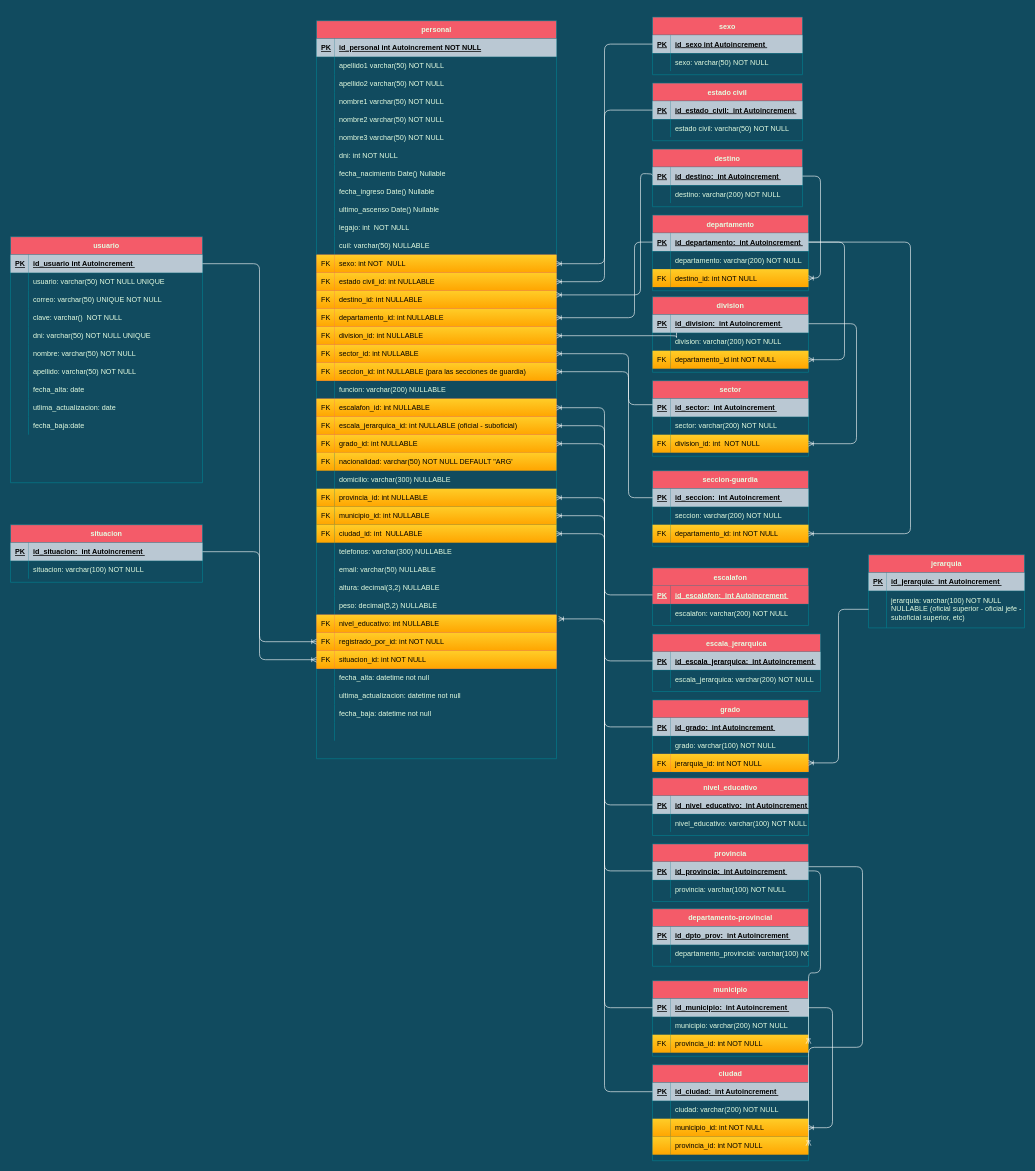
This is Cuerpo Penitenciario.drawio from FSALVA157/EsquemasER, a draw.io file, before an edit. Source tidied: cells renumbered, new cells numbered last; positions are measured from the earlier drawing's top-left corner, leaving out a move shared by most shapes. Both pictures are drawn from the tidied source at 60%, with x=0, y=0 at pixel (10, 17).
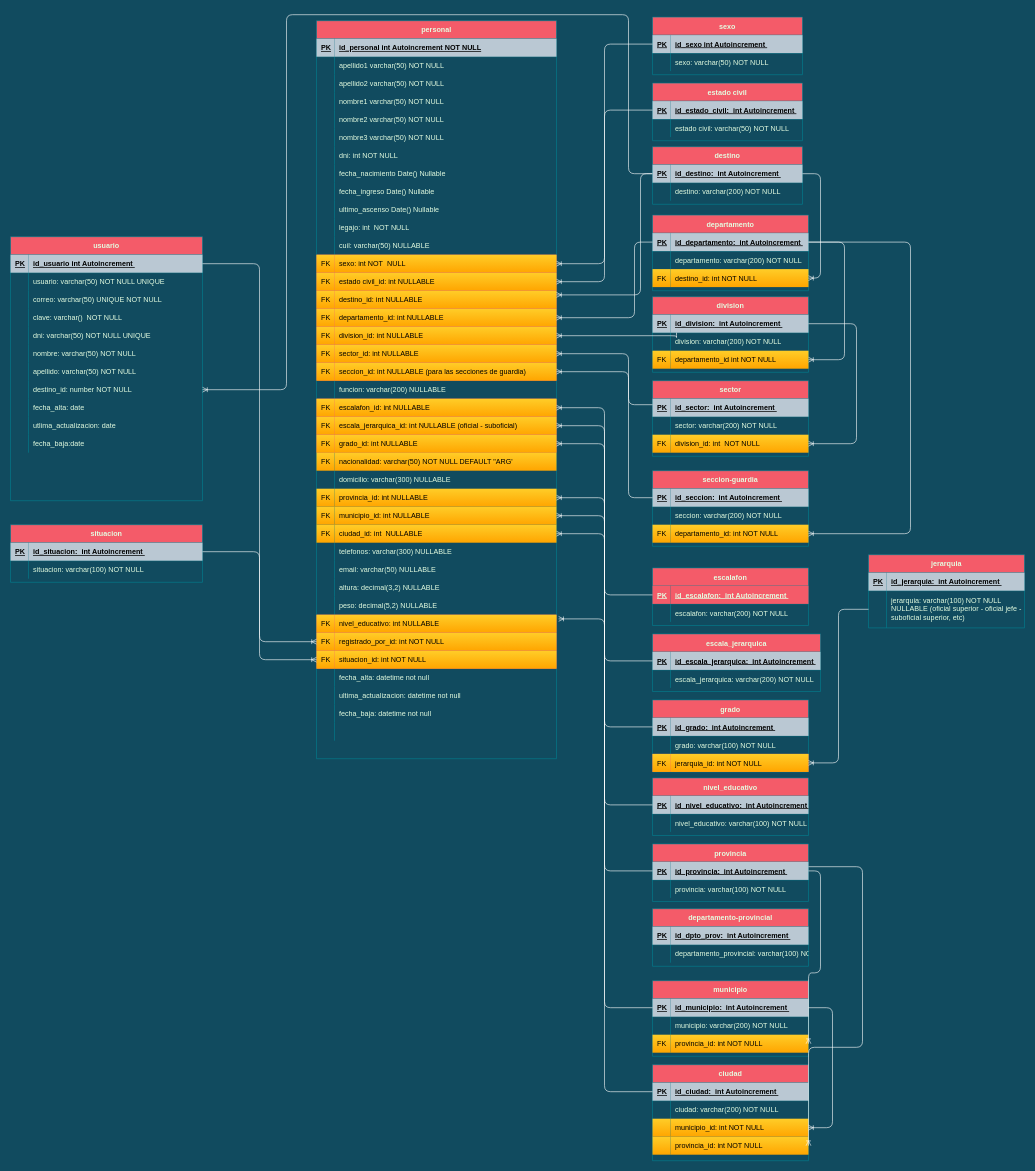
The same page after the edit.

The change refers to these unchanged cells:
```xml
<mxCell id="136" style="shape=partialRectangle;fillColor=none;points=[[0,0.5],[1,0.5]];portConstraint=eastwest;top=0;left=0;right=0;bottom=1;strokeColor=#028090;fontColor=#E4FDE1;" parent="135" vertex="1">
  <mxGeometry y="30" width="250" height="30" as="geometry" />
</mxCell>
```

Diff of the diagram source:
```diff
@@
     <mxCell id="135" value="destino" style="shape=table;startSize=30;childLayout=tableLayout;rowLines=0;fontStyle=1;align=center;fillColor=#F45B69;strokeColor=#028090;fontColor=#E4FDE1;" parent="1" vertex="1">
-      <mxGeometry x="1070" y="220" width="250" height="96" as="geometry" />
+      <mxGeometry x="1070" y="216" width="250" height="96" as="geometry" />
     </mxCell>
@@
     <mxCell id="231" value="usuario" style="shape=table;startSize=30;childLayout=tableLayout;rowLines=0;fontStyle=1;align=center;fillColor=#F45B69;strokeColor=#028090;fontColor=#E4FDE1;" parent="1" vertex="1">
-      <mxGeometry y="366" width="320" height="410" as="geometry" />
+      <mxGeometry y="366" width="320" height="440" as="geometry" />
     </mxCell>
@@
+    <mxCell id="318" style="shape=partialRectangle;fillColor=none;points=[[0,0.5],[1,0.5]];portConstraint=eastwest;top=0;left=0;right=0;bottom=0;strokeColor=#028090;fontColor=#E4FDE1;" parent="231" vertex="1">
+      <mxGeometry y="240" width="320" height="30" as="geometry" />
+    </mxCell>
+    <mxCell id="319" style="shape=partialRectangle;overflow=hidden;fillColor=none;top=0;left=0;bottom=0;right=0;strokeColor=#028090;fontColor=#E4FDE1;" parent="318" vertex="1">
+      <mxGeometry width="30" height="30" as="geometry" />
+    </mxCell>
+    <mxCell id="320" value="destino_id: number NOT NULL" style="shape=partialRectangle;overflow=hidden;fillColor=none;top=0;left=0;bottom=0;right=0;align=left;spacingLeft=6;strokeColor=#028090;fontColor=#E4FDE1;" parent="318" vertex="1">
+      <mxGeometry x="30" width="290" height="30" as="geometry" />
+    </mxCell>
     <mxCell id="253" style="shape=partialRectangle;fillColor=none;top=0;left=0;right=0;bottom=0;strokeColor=#028090;fontColor=#E4FDE1;" parent="231" vertex="1">
-      <mxGeometry y="240" width="320" height="30" as="geometry" />
+      <mxGeometry y="270" width="320" height="30" as="geometry" />
     </mxCell>
@@
     <mxCell id="256" style="shape=partialRectangle;fillColor=none;top=0;left=0;right=0;bottom=0;strokeColor=#028090;fontColor=#E4FDE1;" parent="231" vertex="1">
-      <mxGeometry y="270" width="320" height="30" as="geometry" />
+      <mxGeometry y="300" width="320" height="30" as="geometry" />
     </mxCell>
@@
     <mxCell id="259" style="shape=partialRectangle;fillColor=none;top=0;left=0;right=0;bottom=0;strokeColor=#028090;fontColor=#E4FDE1;" parent="231" vertex="1">
-      <mxGeometry y="300" width="320" height="30" as="geometry" />
+      <mxGeometry y="330" width="320" height="30" as="geometry" />
     </mxCell>
@@
+    <mxCell id="321" style="edgeStyle=orthogonalEdgeStyle;rounded=1;jettySize=auto;html=1;strokeColor=#FFFFFF;endFill=0;endArrow=ERoneToMany;" parent="1" edge="1" source="136" target="318">
+      <mxGeometry relative="1" as="geometry">
+        <Array as="points">
+          <mxPoint x="1030" y="261" />
+          <mxPoint x="1030" y="-4" />
+          <mxPoint x="460" y="-4" />
+          <mxPoint x="460" y="621" />
+        </Array>
+      </mxGeometry>
+    </mxCell>
```
